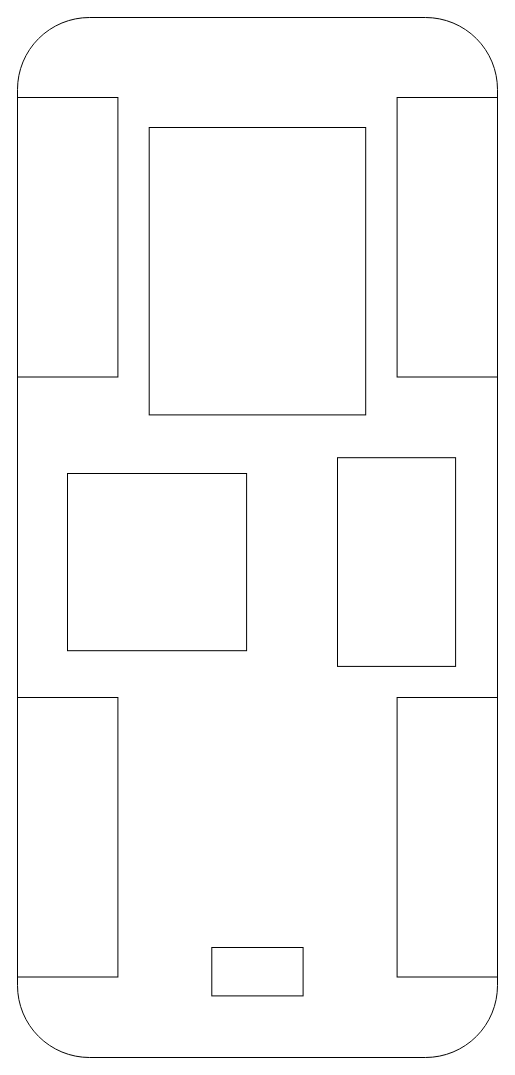
Above: CarLayout.drawio in Bharath3981/draw_io (draw.io), before the change. Source tidied: cells renumbered, new cells numbered last; positions are measured from the earlier drawing's top-left corner, leaving out a move shared by most shapes. Both pictures are drawn from the tidied source at 100%, with x=0, y=0 at pixel (17, 17).
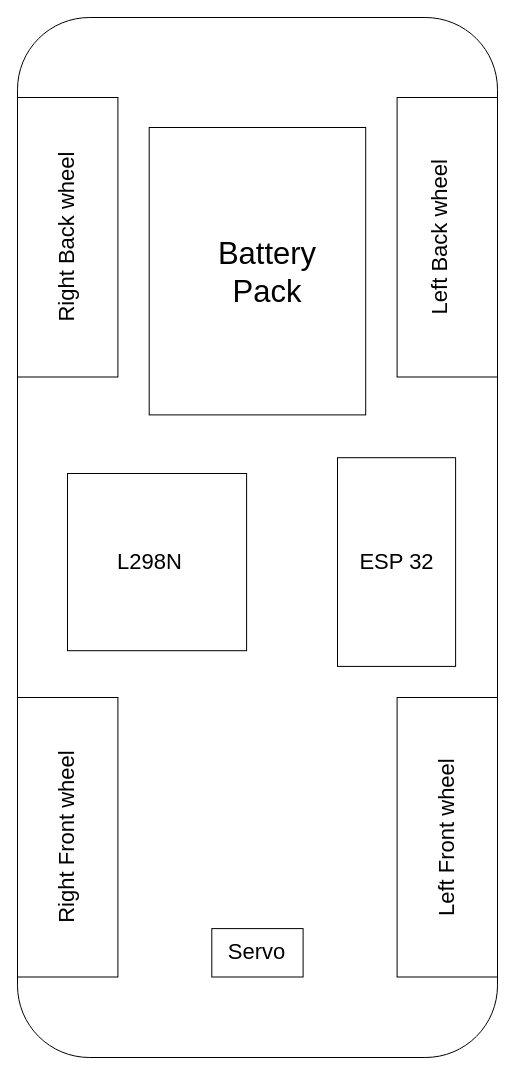
The same diagram, later.

The edit, as a diff of the source:
```diff
@@
 <mxGraphModel>
   <root>
     <mxCell id="0" />
     <mxCell id="1" parent="0" />
     <mxCell id="2" style="rounded=1;whiteSpace=wrap;html=1;" parent="1" vertex="1">
       <mxGeometry width="480" height="1040" as="geometry" />
     </mxCell>
     <mxCell id="3" style="rounded=0;whiteSpace=wrap;html=1;" parent="1" vertex="1">
-      <mxGeometry x="194.3" y="930" width="91.3" height="48.4" as="geometry" />
+      <mxGeometry x="194.3" y="911.1" width="91.3" height="48.4" as="geometry" />
     </mxCell>
     <mxCell id="4" style="rounded=0;whiteSpace=wrap;html=1;" parent="1" vertex="1">
       <mxGeometry y="680" width="100.4" height="279.5" as="geometry" />
     </mxCell>
     <mxCell id="5" style="rounded=0;whiteSpace=wrap;html=1;" parent="1" vertex="1">
       <mxGeometry x="379.6" y="680" width="100.4" height="279.5" as="geometry" />
     </mxCell>
-    <mxCell id="6" style="rounded=0;whiteSpace=wrap;html=1;" parent="1" vertex="1">
+    <mxCell id="6" style="rounded=0;whiteSpace=wrap;html=1;fontFamily=Times New Roman;fontStyle=0;" parent="1" vertex="1">
       <mxGeometry x="131.7" y="110" width="216.5" height="287.4" as="geometry" />
     </mxCell>
     <mxCell id="7" style="rounded=0;whiteSpace=wrap;html=1;" parent="1" vertex="1">
       <mxGeometry x="50" y="456" width="179.1" height="177.2" as="geometry" />
     </mxCell>
     <mxCell id="8" style="rounded=0;whiteSpace=wrap;html=1;" parent="1" vertex="1">
       <mxGeometry x="320" y="440.2" width="118.1" height="208.7" as="geometry" />
     </mxCell>
     <mxCell id="9" style="rounded=0;whiteSpace=wrap;html=1;" parent="1" vertex="1">
       <mxGeometry y="80" width="100.4" height="279.5" as="geometry" />
     </mxCell>
     <mxCell id="10" style="rounded=0;whiteSpace=wrap;html=1;" parent="1" vertex="1">
       <mxGeometry x="379.6" y="80" width="100.4" height="279.5" as="geometry" />
     </mxCell>
+    <mxCell id="11" value="&lt;font style=&quot;font-size: 31px;&quot;&gt;Battery Pack&lt;/font&gt;" style="text;html=1;align=center;verticalAlign=middle;whiteSpace=wrap;rounded=0;" parent="1" vertex="1">
+      <mxGeometry x="180" y="230" width="140" height="50" as="geometry" />
+    </mxCell>
+    <mxCell id="12" value="&lt;font style=&quot;font-size: 22px;&quot;&gt;Right Back wheel&lt;/font&gt;" style="text;html=1;align=center;verticalAlign=middle;whiteSpace=wrap;rounded=0;rotation=-90;" parent="1" vertex="1">
+      <mxGeometry x="-42.2" y="204.8" width="184.9" height="30" as="geometry" />
+    </mxCell>
+    <mxCell id="13" value="&lt;font style=&quot;font-size: 22px;&quot;&gt;Left Back wheel&lt;/font&gt;" style="text;html=1;align=center;verticalAlign=middle;whiteSpace=wrap;rounded=0;rotation=-90;" parent="1" vertex="1">
+      <mxGeometry x="330" y="204.8" width="184.9" height="30" as="geometry" />
+    </mxCell>
+    <mxCell id="14" value="&lt;font style=&quot;font-size: 22px;&quot;&gt;Right Front wheel&lt;/font&gt;" style="text;html=1;align=center;verticalAlign=middle;whiteSpace=wrap;rounded=0;rotation=-90;" parent="1" vertex="1">
+      <mxGeometry x="-42.2" y="804.8" width="184.9" height="30" as="geometry" />
+    </mxCell>
+    <mxCell id="15" value="&lt;font style=&quot;font-size: 22px;&quot;&gt;Left Front wheel&lt;/font&gt;" style="text;html=1;align=center;verticalAlign=middle;whiteSpace=wrap;rounded=0;rotation=-90;" parent="1" vertex="1">
+      <mxGeometry x="337.4" y="804.8" width="184.9" height="30" as="geometry" />
+    </mxCell>
+    <mxCell id="16" value="&lt;span style=&quot;font-size: 22px;&quot;&gt;ESP 32&lt;/span&gt;" style="text;html=1;align=center;verticalAlign=middle;whiteSpace=wrap;rounded=0;rotation=0;" parent="1" vertex="1">
+      <mxGeometry x="286.6" y="529.6" width="184.9" height="30" as="geometry" />
+    </mxCell>
+    <mxCell id="17" value="&lt;span style=&quot;font-size: 22px;&quot;&gt;L298N&lt;/span&gt;" style="text;html=1;align=center;verticalAlign=middle;whiteSpace=wrap;rounded=0;rotation=0;" parent="1" vertex="1">
+      <mxGeometry x="40" y="529.6" width="184.9" height="30" as="geometry" />
+    </mxCell>
+    <mxCell id="18" value="&lt;font style=&quot;font-size: 22px;&quot;&gt;Servo&lt;/font&gt;" style="text;html=1;align=center;verticalAlign=middle;whiteSpace=wrap;rounded=0;rotation=0;" parent="1" vertex="1">
+      <mxGeometry x="201.3" y="920.3" width="77.4" height="30" as="geometry" />
+    </mxCell>
   </root>
 </mxGraphModel>
```
